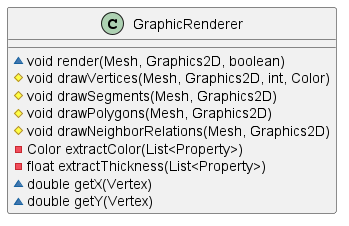
AliMVirk/Island-Mesh-Generator keeps this PlantUML diagram as diagrams/GraphicRenderer.png. Above is the earlier version.
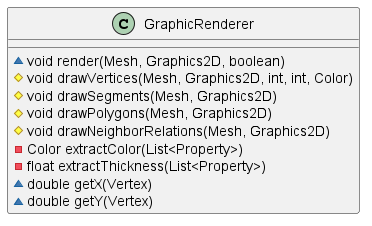
Later version of the same file.

Commit message:
Update class diagrams

Change to the diagram source:
```diff
@@ -2,7 +2,7 @@
 
 class GraphicRenderer {
     ~void render(Mesh, Graphics2D, boolean)
-    #void drawVertices(Mesh, Graphics2D, int, Color)
+    #void drawVertices(Mesh, Graphics2D, int, int, Color)
     #void drawSegments(Mesh, Graphics2D)
     #void drawPolygons(Mesh, Graphics2D)
     #void drawNeighborRelations(Mesh, Graphics2D)
```
